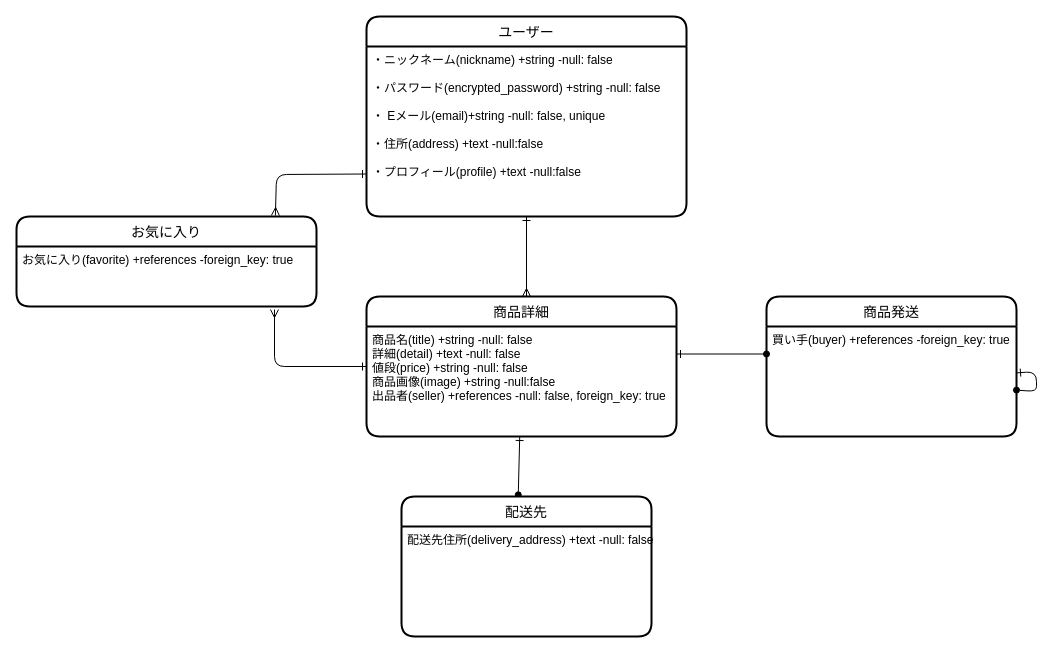
Before: furima_app.dio in you12eve/furima-37200, a draw.io diagram. Source tidied: cells renumbered, new cells numbered last; positions are measured from the earlier drawing's top-left corner, leaving out a move shared by most shapes. Both pictures are drawn from the tidied source at 100%, with x=0, y=0 at pixel (16, 16).
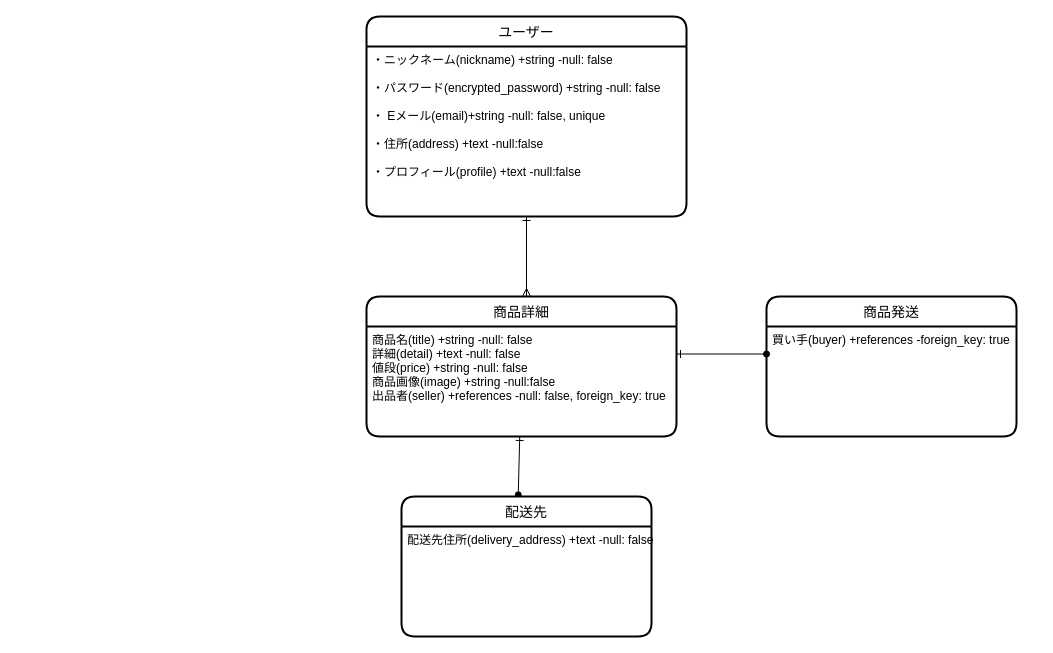
Above is the later version.

Commit message (it also covers changes not shown here):
【修正】データベース設計 3/17

The change refers to these unchanged cells:
```xml
<mxCell id="3" value="・ニックネーム(nickname) +string -null: false&#10;&#10;・パスワード(encrypted_password) +string -null: false&#10;&#10;・ Eメール(email)+string -null: false, unique&#10;&#10;・住所(address) +text -null:false&#10;&#10;・プロフィール(profile) +text -null:false" style="align=left;strokeColor=none;fillColor=none;spacingLeft=4;fontSize=12;verticalAlign=top;" parent="2" vertex="1">
  <mxGeometry y="30" width="320" height="170" as="geometry" />
</mxCell>
<mxCell id="6" value="商品詳細" style="swimlane;horizontal=1;startSize=30;rounded=1;fontSize=14;fontStyle=0;strokeWidth=2;shadow=0;dashed=0;align=center;" parent="1" vertex="1">
  <mxGeometry x="350" y="280" width="310" height="140" as="geometry" />
</mxCell>
<mxCell id="8" value="商品発送" style="swimlane;horizontal=1;startSize=30;rounded=1;fontSize=14;fontStyle=0;strokeWidth=2;shadow=0;dashed=0;align=center;" parent="1" vertex="1">
  <mxGeometry x="750" y="280" width="250" height="140" as="geometry" />
</mxCell>
<mxCell id="10" value="買い手(buyer) +references -foreign_key: true" style="align=left;strokeColor=none;fillColor=none;spacingLeft=4;fontSize=12;verticalAlign=top;" parent="8" vertex="1">
  <mxGeometry y="30" width="250" height="110" as="geometry" />
</mxCell>
```

Diff of the diagram source:
```diff
@@
-    <mxCell id="4" style="edgeStyle=none;html=1;exitX=0;exitY=0.5;exitDx=0;exitDy=0;entryX=0.86;entryY=1.05;entryDx=0;entryDy=0;entryPerimeter=0;startArrow=ERone;startFill=0;endArrow=ERmany;endFill=0;" parent="1" edge="1" source="6" target="16">
-      <mxGeometry relative="1" as="geometry">
-        <Array as="points">
-          <mxPoint x="258" y="350" />
-        </Array>
-      </mxGeometry>
-    </mxCell>
@@
-    <mxCell id="11" style="edgeStyle=none;html=1;startArrow=ERone;startFill=0;endArrow=oval;endFill=1;" parent="8" edge="1" source="10" target="10">
-      <mxGeometry relative="1" as="geometry" />
-    </mxCell>
@@
-    <mxCell id="15" value="お気に入り" style="swimlane;horizontal=1;startSize=30;rounded=1;fontSize=14;fontStyle=0;strokeWidth=2;shadow=0;dashed=0;align=center;" parent="1" vertex="1">
-      <mxGeometry y="200" width="300" height="90" as="geometry" />
-    </mxCell>
-    <mxCell id="16" value="お気に入り(favorite) +references -foreign_key: true" style="align=left;strokeColor=none;fillColor=none;spacingLeft=4;fontSize=12;verticalAlign=top;" parent="15" vertex="1">
-      <mxGeometry y="30" width="300" height="60" as="geometry" />
-    </mxCell>
@@
-    <mxCell id="18" style="edgeStyle=none;html=1;exitX=0;exitY=0.75;exitDx=0;exitDy=0;entryX=0.863;entryY=-0.011;entryDx=0;entryDy=0;entryPerimeter=0;startArrow=ERone;startFill=0;endArrow=ERmany;endFill=0;" parent="1" edge="1" source="3" target="15">
-      <mxGeometry relative="1" as="geometry">
-        <Array as="points">
-          <mxPoint x="260" y="158" />
-        </Array>
-      </mxGeometry>
-    </mxCell>
```
